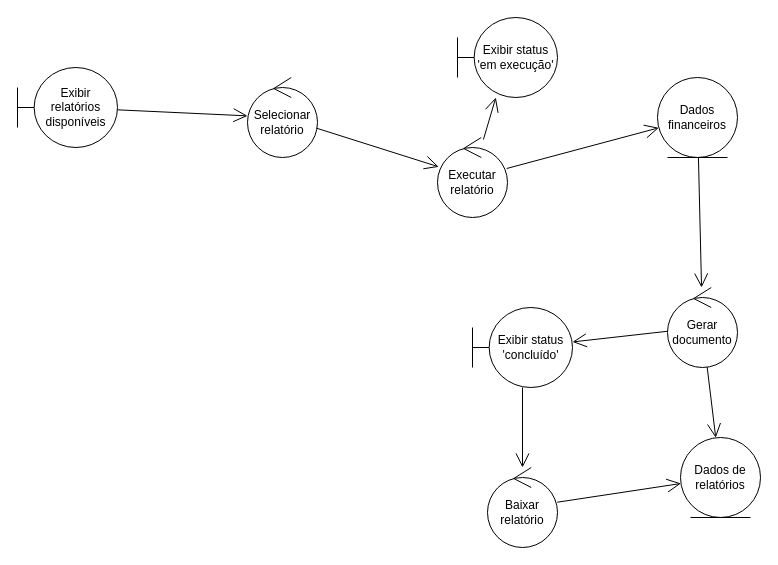
AlexandreCampos/aulas_est keeps this draw.io diagram as diagramas/Diagrama de Robustez/Diagrama_de_Robustez_Gerar_Relatório_Financeiro.drawio. Above is the earlier version. Source tidied: cells renumbered, new cells numbered last; positions are measured from the earlier drawing's top-left corner, leaving out a move shared by most shapes. Both pictures are drawn from the tidied source at 100%, with x=0, y=0 at pixel (17, 17).
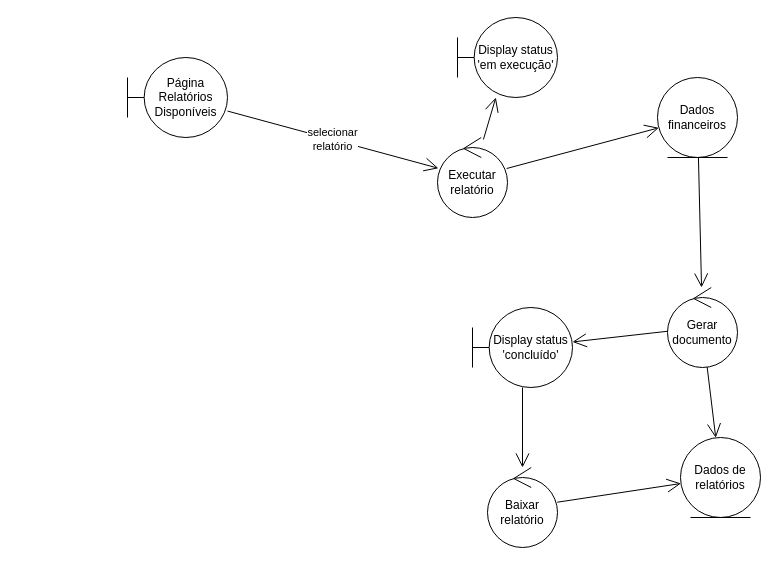
Above is the later version.

Commit message (it also covers changes not shown here):
atualizando diagramas de robustez

The edit, as a diff of the source:
```diff
@@
 <mxGraphModel>
   <root>
     <mxCell id="0" />
     <mxCell id="1" parent="0" />
-    <mxCell id="2" value="Exibir relatórios disponíveis" style="shape=umlBoundary;whiteSpace=wrap;html=1;" parent="1" vertex="1">
-      <mxGeometry y="50" width="100" height="80" as="geometry" />
+    <mxCell id="2" value="Página Relatórios Disponíveis" style="shape=umlBoundary;whiteSpace=wrap;html=1;" parent="1" vertex="1">
+      <mxGeometry x="110" y="40" width="100" height="80" as="geometry" />
     </mxCell>
-    <mxCell id="3" value="Selecionar relatório" style="ellipse;shape=umlControl;whiteSpace=wrap;html=1;" parent="1" vertex="1">
-      <mxGeometry x="230" y="60" width="70" height="80" as="geometry" />
-    </mxCell>
-    <mxCell id="4" style="endArrow=open;endFill=1;endSize=12;html=1;" parent="1" edge="1" source="2" target="3">
+    <mxCell id="4" value="&lt;div&gt;selecionar&lt;/div&gt;&lt;div&gt;relatório&lt;/div&gt;" style="endArrow=open;endFill=1;endSize=12;html=1;" parent="1" edge="1" source="2" target="5">
       <mxGeometry relative="1" as="geometry" />
     </mxCell>
     <mxCell id="5" value="Executar relatório" style="ellipse;shape=umlControl;whiteSpace=wrap;html=1;" parent="1" vertex="1">
       <mxGeometry x="420" y="120" width="70" height="80" as="geometry" />
     </mxCell>
-    <mxCell id="6" style="endArrow=open;endFill=1;endSize=12;html=1;" parent="1" edge="1" source="3" target="5">
-      <mxGeometry relative="1" as="geometry" />
-    </mxCell>
     <mxCell id="7" value="Dados financeiros" style="ellipse;shape=umlEntity;whiteSpace=wrap;html=1;" parent="1" vertex="1">
       <mxGeometry x="640" y="60" width="80" height="80" as="geometry" />
     </mxCell>
     <mxCell id="8" style="endArrow=open;endFill=1;endSize=12;html=1;" parent="1" edge="1" source="5" target="7">
       <mxGeometry relative="1" as="geometry" />
     </mxCell>
     <mxCell id="9" value="Gerar documento" style="ellipse;shape=umlControl;whiteSpace=wrap;html=1;" parent="1" vertex="1">
       <mxGeometry x="650" y="270" width="70" height="80" as="geometry" />
     </mxCell>
     <mxCell id="10" style="endArrow=open;endFill=1;endSize=12;html=1;" parent="1" edge="1" source="7" target="9">
       <mxGeometry relative="1" as="geometry" />
     </mxCell>
     <mxCell id="11" style="endArrow=open;endFill=1;endSize=12;html=1;" parent="1" edge="1" source="5" target="12">
       <mxGeometry relative="1" as="geometry" />
     </mxCell>
-    <mxCell id="12" value="Exibir status 'em execução'" style="shape=umlBoundary;whiteSpace=wrap;html=1;" parent="1" vertex="1">
+    <mxCell id="12" value="Display status 'em execução'" style="shape=umlBoundary;whiteSpace=wrap;html=1;" parent="1" vertex="1">
       <mxGeometry x="440" width="100" height="80" as="geometry" />
     </mxCell>
-    <mxCell id="13" value="Exibir status 'concluído'" style="shape=umlBoundary;whiteSpace=wrap;html=1;" parent="1" vertex="1">
+    <mxCell id="13" value="Display status 'concluído'" style="shape=umlBoundary;whiteSpace=wrap;html=1;" parent="1" vertex="1">
       <mxGeometry x="455" y="290" width="100" height="80" as="geometry" />
     </mxCell>
     <mxCell id="14" style="endArrow=open;endFill=1;endSize=12;html=1;" parent="1" edge="1" source="9" target="13">
       <mxGeometry relative="1" as="geometry" />
     </mxCell>
     <mxCell id="15" value="Dados de relatórios" style="ellipse;shape=umlEntity;whiteSpace=wrap;html=1;" parent="1" vertex="1">
       <mxGeometry x="663" y="420" width="80" height="80" as="geometry" />
     </mxCell>
     <mxCell id="16" style="endArrow=open;endFill=1;endSize=12;html=1;" parent="1" edge="1" source="9" target="15">
       <mxGeometry relative="1" as="geometry" />
     </mxCell>
     <mxCell id="17" value="Baixar relatório" style="ellipse;shape=umlControl;whiteSpace=wrap;html=1;" parent="1" vertex="1">
       <mxGeometry x="470" y="450" width="70" height="80" as="geometry" />
     </mxCell>
     <mxCell id="18" style="endArrow=open;endFill=1;endSize=12;html=1;" parent="1" edge="1" source="13" target="17">
       <mxGeometry relative="1" as="geometry" />
     </mxCell>
     <mxCell id="19" style="endArrow=open;endFill=1;endSize=12;html=1;" parent="1" edge="1" source="17" target="15">
       <mxGeometry relative="1" as="geometry" />
     </mxCell>
   </root>
 </mxGraphModel>
```
